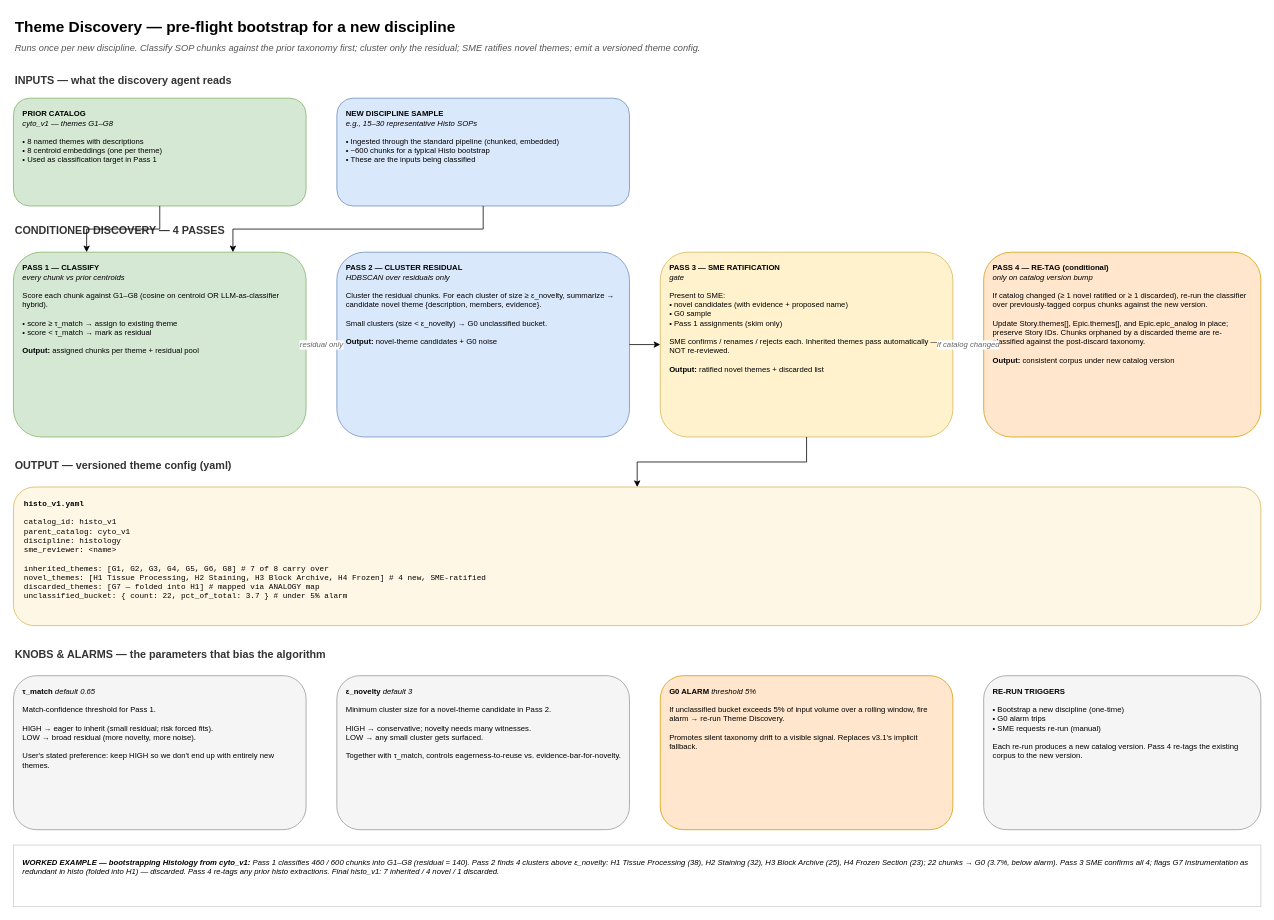
Before: page "Theme Discovery (pre-flight)" (2 of 13) of microbio_lims_architecture_v32.drawio in Rajneesh-Tiwari/LabReq_agent, a draw.io diagram. Source tidied: cells renumbered, new cells numbered last; positions are measured from the earlier drawing's top-left corner, leaving out a move shared by most shapes. Both pictures are drawn from the tidied source at 77%, with x=0, y=0 at pixel (13, 13).
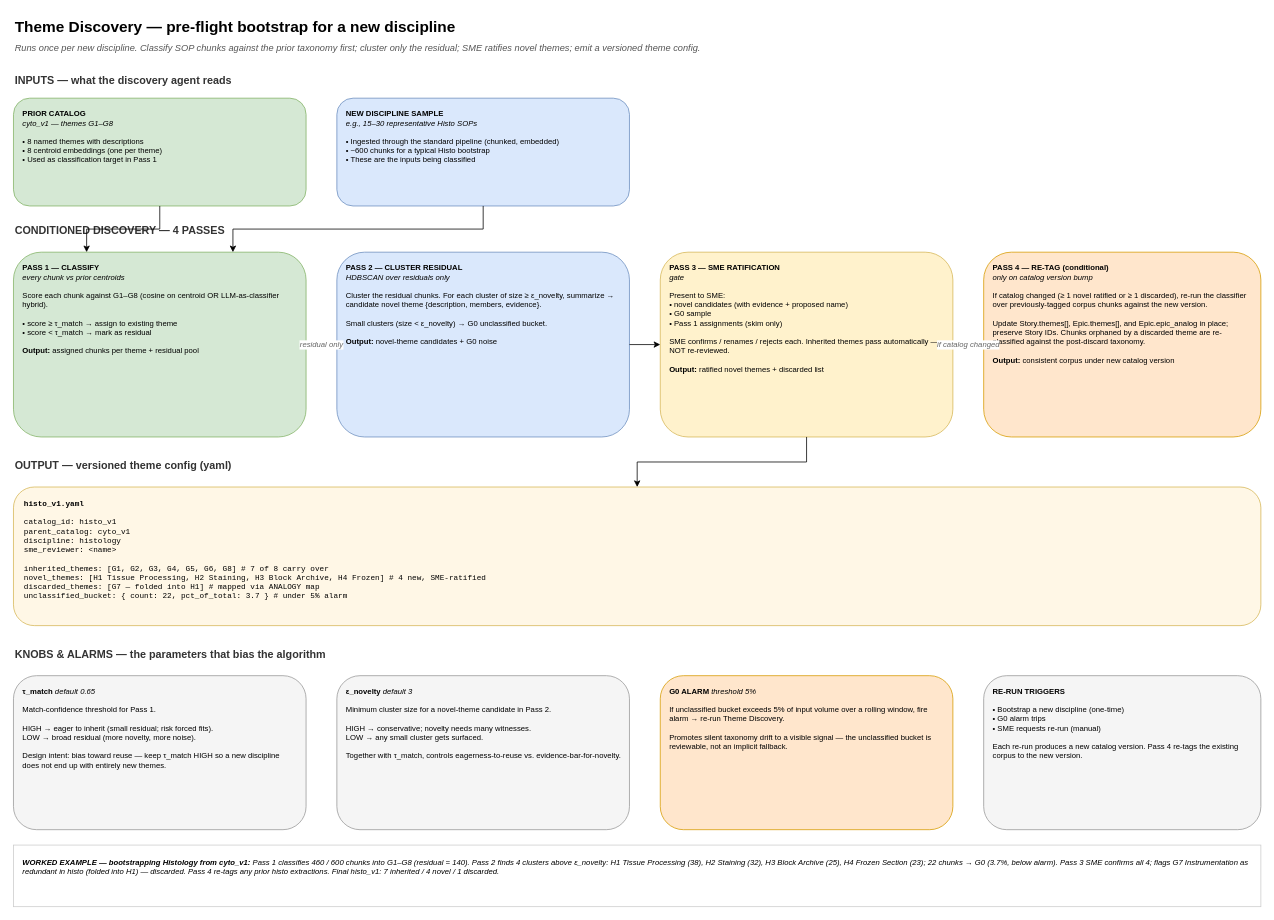
Above is the later version.

Commit message (it also covers changes not shown here):
QC pass on v3.2-only deliverables: 14 fixes (drawio 7, docx 7)

The edit, as a diff of the source:
```diff
@@
-    <mxCell id="21" value="&lt;b&gt;τ_match&lt;/b&gt;  &lt;i&gt;default 0.65&lt;/i&gt;&#10;&#10;Match-confidence threshold for Pass 1.&#10;&#10;HIGH → eager to inherit (small residual; risk forced fits).&#10;LOW → broad residual (more novelty, more noise).&#10;&#10;User's stated preference: keep HIGH so we don't end up with entirely new themes." style="rounded=1;whiteSpace=wrap;html=1;fillColor=#f5f5f5;strokeColor=#999999;fontSize=10;align=left;verticalAlign=top;spacingLeft=10;spacingTop=8;spacingRight=10;" parent="1" vertex="1">
+    <mxCell id="21" value="&lt;b&gt;τ_match&lt;/b&gt;  &lt;i&gt;default 0.65&lt;/i&gt;&#10;&#10;Match-confidence threshold for Pass 1.&#10;&#10;HIGH → eager to inherit (small residual; risk forced fits).&#10;LOW → broad residual (more novelty, more noise).&#10;&#10;Design intent: bias toward reuse — keep τ_match HIGH so a new discipline does not end up with entirely new themes." style="rounded=1;whiteSpace=wrap;html=1;fillColor=#f5f5f5;strokeColor=#999999;fontSize=10;align=left;verticalAlign=top;spacingLeft=10;spacingTop=8;spacingRight=10;" parent="1" vertex="1">
       <mxGeometry y="860" width="380" height="200" as="geometry" />
     </mxCell>
@@
-    <mxCell id="23" value="&lt;b&gt;G0 ALARM&lt;/b&gt;  &lt;i&gt;threshold 5%&lt;/i&gt;&#10;&#10;If unclassified bucket exceeds 5% of input volume over a rolling window, fire alarm → re-run Theme Discovery.&#10;&#10;Promotes silent taxonomy drift to a visible signal. Replaces v3.1's implicit fallback." style="rounded=1;whiteSpace=wrap;html=1;fillColor=#ffe6cc;strokeColor=#d79b00;fontSize=10;align=left;verticalAlign=top;spacingLeft=10;spacingTop=8;spacingRight=10;" parent="1" vertex="1">
+    <mxCell id="23" value="&lt;b&gt;G0 ALARM&lt;/b&gt;  &lt;i&gt;threshold 5%&lt;/i&gt;&#10;&#10;If unclassified bucket exceeds 5% of input volume over a rolling window, fire alarm → re-run Theme Discovery.&#10;&#10;Promotes silent taxonomy drift to a visible signal — the unclassified bucket is reviewable, not an implicit fallback." style="rounded=1;whiteSpace=wrap;html=1;fillColor=#ffe6cc;strokeColor=#d79b00;fontSize=10;align=left;verticalAlign=top;spacingLeft=10;spacingTop=8;spacingRight=10;" parent="1" vertex="1">
       <mxGeometry x="840" y="860" width="380" height="200" as="geometry" />
     </mxCell>
```
